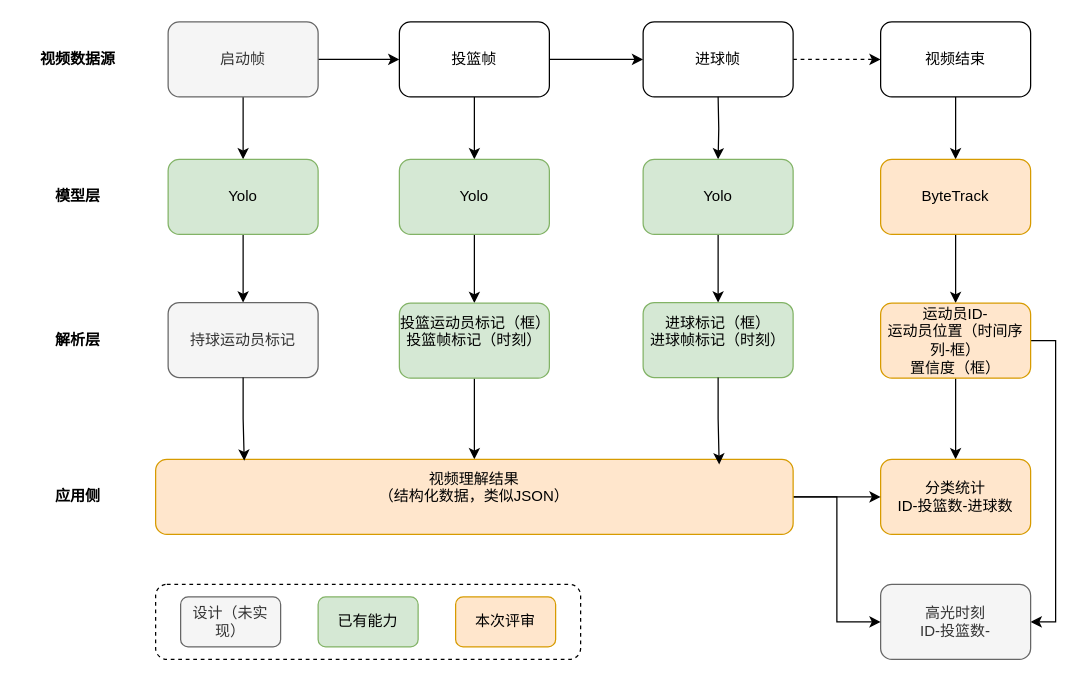
Above: framework.drawio in buptss/- (draw.io), before the change. Source tidied: cells renumbered, new cells numbered last; positions are measured from the earlier drawing's top-left corner, leaving out a move shared by most shapes. Both pictures are drawn from the tidied source at 125%, with x=0, y=0 at pixel (21, 21).
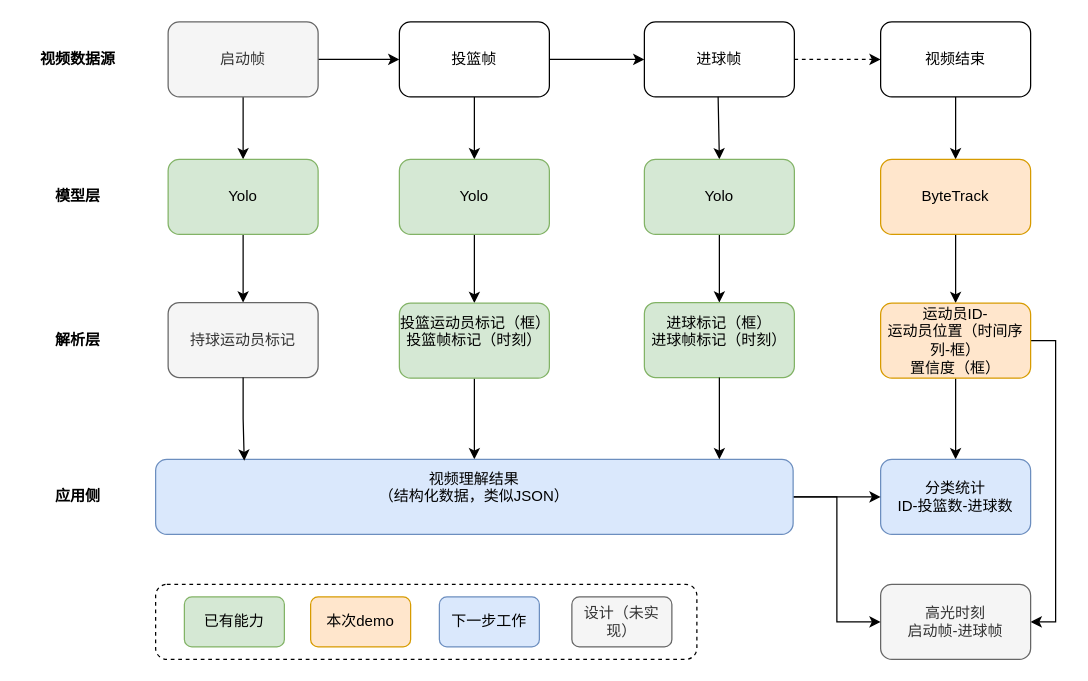
After the change.

What changed in the source:
```diff
@@
     <mxCell id="2" style="rounded=1;whiteSpace=wrap;html=1;dashed=1;" parent="1" vertex="1">
-      <mxGeometry x="107" y="450" width="340" height="60" as="geometry" />
+      <mxGeometry x="107" y="450" width="433" height="60" as="geometry" />
     </mxCell>
@@
     <mxCell id="9" value="进球帧" style="rounded=1;whiteSpace=wrap;html=1;" parent="1" vertex="1">
-      <mxGeometry x="497" width="120" height="60" as="geometry" />
+      <mxGeometry x="498" width="120" height="60" as="geometry" />
     </mxCell>
@@
     <mxCell id="22" value="Yolo" style="rounded=1;whiteSpace=wrap;html=1;fillColor=#d5e8d4;strokeColor=#82b366;" parent="1" vertex="1">
-      <mxGeometry x="497" y="110" width="120" height="60" as="geometry" />
+      <mxGeometry x="498" y="110" width="120" height="60" as="geometry" />
     </mxCell>
     <mxCell id="23" value="进球标记（框）&lt;div&gt;进球帧标记（&lt;span style=&quot;background-color: initial;&quot;&gt;时刻）&lt;/span&gt;&lt;/div&gt;&lt;div&gt;&lt;br&gt;&lt;/div&gt;" style="rounded=1;whiteSpace=wrap;html=1;fillColor=#d5e8d4;strokeColor=#82b366;" parent="1" vertex="1">
-      <mxGeometry x="497" y="224.5" width="120" height="60" as="geometry" />
+      <mxGeometry x="498" y="224.5" width="120" height="60" as="geometry" />
     </mxCell>
@@
-    <mxCell id="29" value="分类统计&lt;div&gt;ID-投篮数-进球数&lt;/div&gt;" style="rounded=1;whiteSpace=wrap;html=1;fillColor=#ffe6cc;strokeColor=#d79b00;" parent="1" vertex="1">
+    <mxCell id="29" value="分类统计&lt;div&gt;ID-投篮数-进球数&lt;/div&gt;" style="rounded=1;whiteSpace=wrap;html=1;fillColor=#dae8fc;strokeColor=#6c8ebf;" parent="1" vertex="1">
       <mxGeometry x="687" y="350" width="120" height="60" as="geometry" />
     </mxCell>
-    <mxCell id="30" value="高光时刻&lt;br&gt;&lt;div&gt;ID-投篮数-&lt;/div&gt;" style="rounded=1;whiteSpace=wrap;html=1;fillColor=#f5f5f5;strokeColor=#666666;fontColor=#333333;" parent="1" vertex="1">
+    <mxCell id="30" value="高光时刻&lt;br&gt;&lt;div&gt;启动帧-进球帧&lt;/div&gt;" style="rounded=1;whiteSpace=wrap;html=1;fillColor=#f5f5f5;strokeColor=#666666;fontColor=#333333;" parent="1" vertex="1">
       <mxGeometry x="687" y="450" width="120" height="60" as="geometry" />
     </mxCell>
@@
-    <mxCell id="33" value="视频理解结果&lt;div&gt;（结构化数据，类似JSON）&lt;br&gt;&lt;div&gt;&lt;br&gt;&lt;/div&gt;&lt;/div&gt;" style="rounded=1;whiteSpace=wrap;html=1;fillColor=#ffe6cc;strokeColor=#d79b00;" parent="1" vertex="1">
+    <mxCell id="33" value="视频理解结果&lt;div&gt;（结构化数据，类似JSON）&lt;br&gt;&lt;div&gt;&lt;br&gt;&lt;/div&gt;&lt;/div&gt;" style="rounded=1;whiteSpace=wrap;html=1;fillColor=#dae8fc;strokeColor=#6c8ebf;" parent="1" vertex="1">
       <mxGeometry x="107" y="350" width="510" height="60" as="geometry" />
     </mxCell>
@@
     <mxCell id="35" value="设计（未实现）" style="rounded=1;whiteSpace=wrap;html=1;fillColor=#f5f5f5;fontColor=#333333;strokeColor=#666666;" parent="1" vertex="1">
-      <mxGeometry x="127" y="460" width="80" height="40" as="geometry" />
+      <mxGeometry x="440" y="460" width="80" height="40" as="geometry" />
     </mxCell>
-    <mxCell id="36" style="edgeStyle=orthogonalEdgeStyle;rounded=0;jettySize=auto;html=1;exitX=0.5;exitY=1;exitDx=0;exitDy=0;entryX=0.884;entryY=0.067;entryDx=0;entryDy=0;entryPerimeter=0;" parent="1" edge="1" source="23" target="33">
-      <mxGeometry relative="1" as="geometry" />
+    <mxCell id="36" style="edgeStyle=orthogonalEdgeStyle;rounded=0;jettySize=auto;html=1;exitX=0.5;exitY=1;exitDx=0;exitDy=0;" parent="1" edge="1" source="23">
+      <mxGeometry relative="1" as="geometry">
+        <mxPoint x="558" y="350" as="targetPoint" />
+      </mxGeometry>
     </mxCell>
     <mxCell id="37" value="已有能力" style="rounded=1;whiteSpace=wrap;html=1;fillColor=#d5e8d4;strokeColor=#82b366;" parent="1" vertex="1">
-      <mxGeometry x="237" y="460" width="80" height="40" as="geometry" />
+      <mxGeometry x="130" y="460" width="80" height="40" as="geometry" />
     </mxCell>
-    <mxCell id="38" value="本次评审" style="rounded=1;whiteSpace=wrap;html=1;fillColor=#ffe6cc;strokeColor=#d79b00;" parent="1" vertex="1">
-      <mxGeometry x="347" y="460" width="80" height="40" as="geometry" />
+    <mxCell id="38" value="本次demo" style="rounded=1;whiteSpace=wrap;html=1;fillColor=#ffe6cc;strokeColor=#d79b00;" parent="1" vertex="1">
+      <mxGeometry x="231" y="460" width="80" height="40" as="geometry" />
     </mxCell>
@@
+    <mxCell id="43" value="下一步工作" style="rounded=1;whiteSpace=wrap;html=1;fillColor=#dae8fc;strokeColor=#6c8ebf;" parent="1" vertex="1">
+      <mxGeometry x="334" y="460" width="80" height="40" as="geometry" />
+    </mxCell>
```
